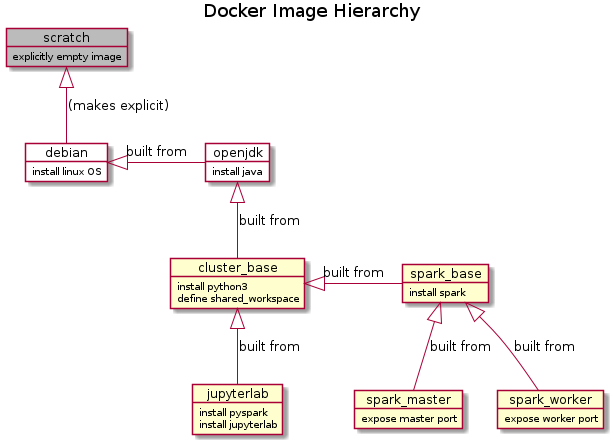
Earlier version of the PlantUML export files/figures/docker-hierarchy.png (peterprescott/spark-standalone).
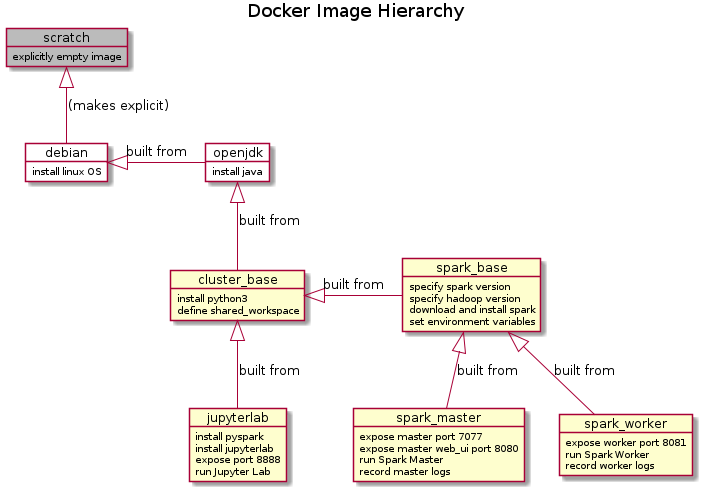
Above is the later version.

Commit message:
Include all relevant details in Docker Hierarchy diagram

The edit, as a diff of the source:
```diff
@@ -17,15 +17,25 @@
 object jupyterlab {
 install pyspark
 install jupyterlab
+expose port 8888
+run Jupyter Lab
 }
 object spark_base {
-install spark
+specify spark version
+specify hadoop version
+download and install spark
+set environment variables
 }
 object spark_master {
-expose master port
+expose master port 7077
+expose master web_ui port 8080
+run Spark Master
+record master logs
 }
 object spark_worker {
-expose worker port
+expose worker port 8081
+run Spark Worker
+record worker logs
 }
 
 scratch <|-- debian : (makes explicit)
```
